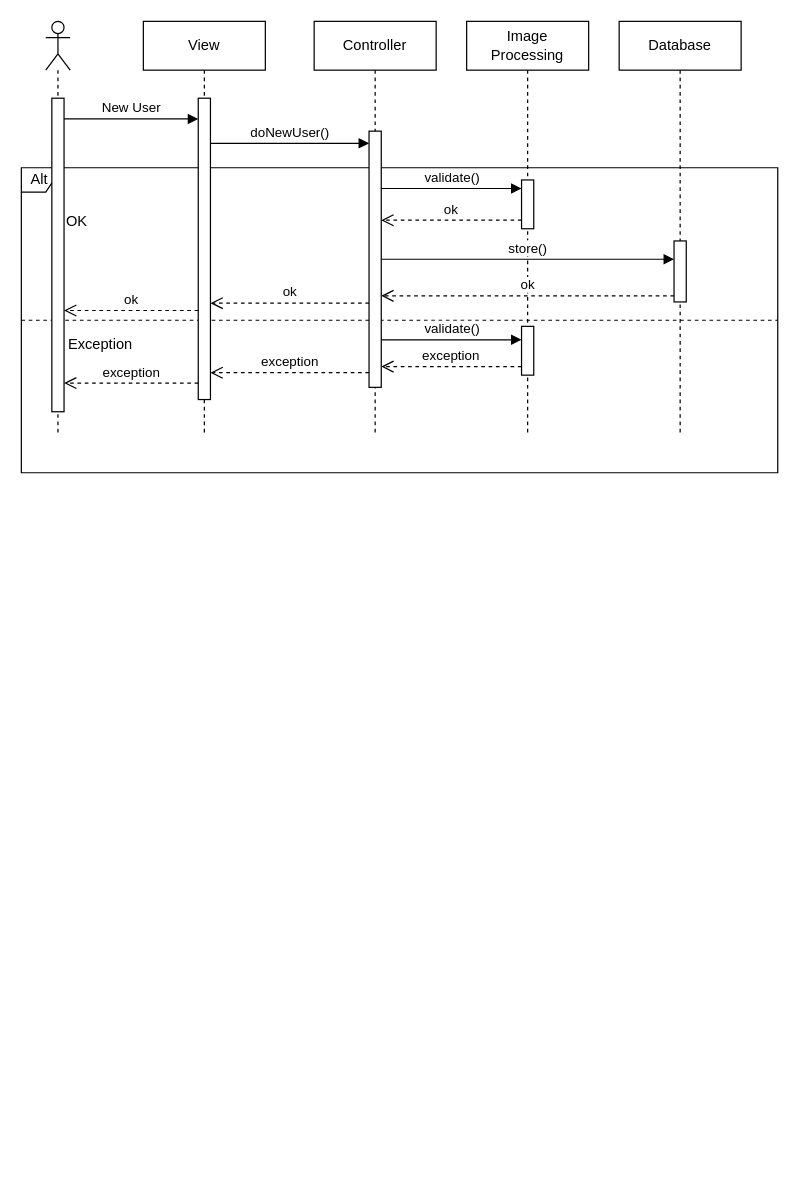
Above: SequenceDiagram.drawio in DuckTheMug/image-server-for-iot-entry (draw.io), before the change. Source tidied: cells renumbered, new cells numbered last; positions are measured from the earlier drawing's top-left corner, leaving out a move shared by most shapes. Both pictures are drawn from the tidied source at 122%, with x=0, y=0 at pixel (21, 21).
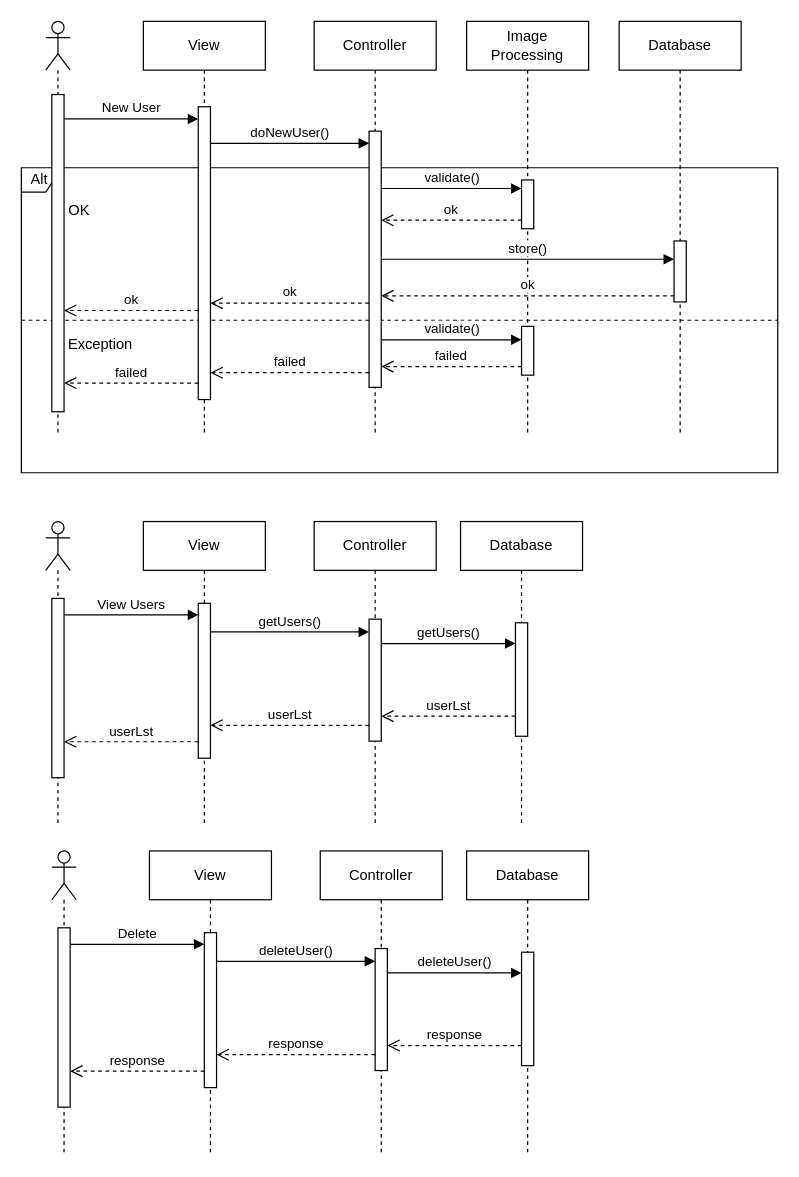
Above is the later version.

The change refers to these unchanged cells:
```xml
<mxCell id="2" value="Alt" style="shape=umlFrame;whiteSpace=wrap;html=1;width=30;height=20;" parent="1" vertex="1">
  <mxGeometry y="120" width="620" height="250" as="geometry" />
</mxCell>
<mxCell id="8" style="shape=umlLifeline;perimeter=lifelinePerimeter;whiteSpace=wrap;html=1;newEdgeStyle={&quot;curved&quot;:0,&quot;rounded&quot;:0};participant=umlActor;" parent="1" vertex="1">
  <mxGeometry x="20" width="20" height="340" as="geometry" />
</mxCell>
<mxCell id="10" value="View" style="shape=umlLifeline;perimeter=lifelinePerimeter;whiteSpace=wrap;html=1;newEdgeStyle={&quot;curved&quot;:0,&quot;rounded&quot;:0};" parent="1" vertex="1">
  <mxGeometry x="100" width="100" height="340" as="geometry" />
</mxCell>
```

What changed in the source:
```diff
@@
     <mxCell id="3" value="OK" style="text;html=1;" parent="2" vertex="1">
       <mxGeometry width="80" height="20" relative="1" as="geometry">
-        <mxPoint x="35" y="30" as="offset" />
+        <mxPoint x="37" y="21" as="offset" />
       </mxGeometry>
     </mxCell>
@@
     <mxCell id="9" style="html=1;perimeter=orthogonalPerimeter;targetShapes=umlLifeline;newEdgeStyle={&quot;curved&quot;:0,&quot;rounded&quot;:0};" parent="8" vertex="1">
-      <mxGeometry x="5" y="63" width="10" height="257" as="geometry" />
+      <mxGeometry x="5" y="60" width="10" height="260" as="geometry" />
     </mxCell>
@@
     <mxCell id="11" style="html=1;points=[[0,0,0,0,5],[0,1,0,0,-5],[1,0,0,0,5],[1,1,0,0,-5]];perimeter=orthogonalPerimeter;outlineConnect=0;targetShapes=umlLifeline;portConstraint=eastwest;newEdgeStyle={&quot;curved&quot;:0,&quot;rounded&quot;:0};" parent="10" vertex="1">
-      <mxGeometry x="45" y="63" width="10" height="247" as="geometry" />
+      <mxGeometry x="45" y="70" width="10" height="240" as="geometry" />
     </mxCell>
@@
-    <mxCell id="23" value="exception" style="html=1;verticalAlign=bottom;endArrow=open;dashed=1;endSize=8;curved=0;rounded=0;" parent="1" edge="1">
+    <mxCell id="23" value="failed" style="html=1;verticalAlign=bottom;endArrow=open;dashed=1;endSize=8;curved=0;rounded=0;" parent="1" edge="1">
       <mxGeometry relative="1" as="geometry">
         <mxPoint x="410" y="283" as="sourcePoint" />
         <mxPoint x="295" y="283" as="targetPoint" />
       </mxGeometry>
     </mxCell>
@@
-    <mxCell id="27" value="exception" style="html=1;verticalAlign=bottom;endArrow=open;dashed=1;endSize=8;curved=0;rounded=0;" parent="1" edge="1">
+    <mxCell id="27" value="failed" style="html=1;verticalAlign=bottom;endArrow=open;dashed=1;endSize=8;curved=0;rounded=0;" parent="1" edge="1">
       <mxGeometry relative="1" as="geometry">
         <mxPoint x="285" y="288" as="sourcePoint" />
         <mxPoint x="155" y="288" as="targetPoint" />
       </mxGeometry>
     </mxCell>
-    <mxCell id="28" value="exception" style="html=1;verticalAlign=bottom;endArrow=open;dashed=1;endSize=8;curved=0;rounded=0;" parent="1" edge="1">
+    <mxCell id="28" value="failed" style="html=1;verticalAlign=bottom;endArrow=open;dashed=1;endSize=8;curved=0;rounded=0;" parent="1" edge="1">
       <mxGeometry relative="1" as="geometry">
         <mxPoint x="145" y="296.5" as="sourcePoint" />
         <mxPoint x="35" y="296.5" as="targetPoint" />
       </mxGeometry>
     </mxCell>
+    <mxCell id="29" style="shape=umlLifeline;perimeter=lifelinePerimeter;whiteSpace=wrap;html=1;newEdgeStyle={&quot;curved&quot;:0,&quot;rounded&quot;:0};participant=umlActor;" parent="1" vertex="1">
+      <mxGeometry x="20" y="410" width="20" height="250" as="geometry" />
+    </mxCell>
+    <mxCell id="30" style="html=1;perimeter=orthogonalPerimeter;targetShapes=umlLifeline;newEdgeStyle={&quot;curved&quot;:0,&quot;rounded&quot;:0};" parent="29" vertex="1">
+      <mxGeometry x="5" y="63" width="10" height="147" as="geometry" />
+    </mxCell>
+    <mxCell id="31" value="View" style="shape=umlLifeline;perimeter=lifelinePerimeter;whiteSpace=wrap;html=1;newEdgeStyle={&quot;curved&quot;:0,&quot;rounded&quot;:0};" parent="1" vertex="1">
+      <mxGeometry x="100" y="410" width="100" height="250" as="geometry" />
+    </mxCell>
+    <mxCell id="32" style="html=1;perimeter=orthogonalPerimeter;targetShapes=umlLifeline;newEdgeStyle={&quot;curved&quot;:0,&quot;rounded&quot;:0};" parent="31" vertex="1">
+      <mxGeometry x="45" y="67" width="10" height="127" as="geometry" />
+    </mxCell>
+    <mxCell id="33" value="Controller" style="shape=umlLifeline;perimeter=lifelinePerimeter;whiteSpace=wrap;html=1;newEdgeStyle={&quot;curved&quot;:0,&quot;rounded&quot;:0};" parent="1" vertex="1">
+      <mxGeometry x="240" y="410" width="100" height="250" as="geometry" />
+    </mxCell>
+    <mxCell id="34" style="html=1;perimeter=orthogonalPerimeter;targetShapes=umlLifeline;newEdgeStyle={&quot;curved&quot;:0,&quot;rounded&quot;:0};" parent="33" vertex="1">
+      <mxGeometry x="45" y="80" width="10" height="100" as="geometry" />
+    </mxCell>
+    <mxCell id="35" value="Database" style="shape=umlLifeline;perimeter=lifelinePerimeter;whiteSpace=wrap;html=1;newEdgeStyle={&quot;curved&quot;:0,&quot;rounded&quot;:0};" parent="1" vertex="1">
+      <mxGeometry x="360" y="410" width="100" height="250" as="geometry" />
+    </mxCell>
+    <mxCell id="36" style="html=1;perimeter=orthogonalPerimeter;targetShapes=umlLifeline;newEdgeStyle={&quot;curved&quot;:0,&quot;rounded&quot;:0};" parent="35" vertex="1">
+      <mxGeometry x="45" y="83" width="10" height="93" as="geometry" />
+    </mxCell>
+    <mxCell id="37" value="View Users" style="html=1;verticalAlign=bottom;endArrow=block;curved=0;rounded=0;" parent="1" edge="1">
+      <mxGeometry relative="1" as="geometry">
+        <mxPoint x="35" y="486.5" as="sourcePoint" />
+        <mxPoint x="145" y="486.5" as="targetPoint" />
+      </mxGeometry>
+    </mxCell>
+    <mxCell id="38" value="getUsers()" style="html=1;verticalAlign=bottom;endArrow=block;curved=0;rounded=0;" parent="1" edge="1">
+      <mxGeometry relative="1" as="geometry">
+        <mxPoint x="155" y="500.5" as="sourcePoint" />
+        <mxPoint x="285" y="500.5" as="targetPoint" />
+      </mxGeometry>
+    </mxCell>
+    <mxCell id="39" value="getUsers()" style="html=1;verticalAlign=bottom;endArrow=block;curved=0;rounded=0;" parent="1" edge="1">
+      <mxGeometry relative="1" as="geometry">
+        <mxPoint x="295" y="510" as="sourcePoint" />
+        <mxPoint x="405" y="510" as="targetPoint" />
+      </mxGeometry>
+    </mxCell>
+    <mxCell id="40" value="userLst" style="html=1;verticalAlign=bottom;endArrow=open;dashed=1;endSize=8;curved=0;rounded=0;" parent="1" edge="1">
+      <mxGeometry relative="1" as="geometry">
+        <mxPoint x="405" y="569.5" as="sourcePoint" />
+        <mxPoint x="295" y="569.5" as="targetPoint" />
+      </mxGeometry>
+    </mxCell>
+    <mxCell id="41" value="userLst" style="html=1;verticalAlign=bottom;endArrow=open;dashed=1;endSize=8;curved=0;rounded=0;" parent="1" edge="1">
+      <mxGeometry relative="1" as="geometry">
+        <mxPoint x="285" y="577" as="sourcePoint" />
+        <mxPoint x="155" y="577" as="targetPoint" />
+      </mxGeometry>
+    </mxCell>
+    <mxCell id="42" value="userLst" style="html=1;verticalAlign=bottom;endArrow=open;dashed=1;endSize=8;curved=0;rounded=0;" parent="1" edge="1">
+      <mxGeometry relative="1" as="geometry">
+        <mxPoint x="145" y="590.5" as="sourcePoint" />
+        <mxPoint x="35" y="590.5" as="targetPoint" />
+      </mxGeometry>
+    </mxCell>
+    <mxCell id="43" style="shape=umlLifeline;perimeter=lifelinePerimeter;whiteSpace=wrap;html=1;newEdgeStyle={&quot;curved&quot;:0,&quot;rounded&quot;:0};participant=umlActor;" parent="1" vertex="1">
+      <mxGeometry x="25" y="680" width="20" height="250" as="geometry" />
+    </mxCell>
+    <mxCell id="44" style="html=1;perimeter=orthogonalPerimeter;targetShapes=umlLifeline;newEdgeStyle={&quot;curved&quot;:0,&quot;rounded&quot;:0};" parent="43" vertex="1">
+      <mxGeometry x="5" y="63" width="10" height="147" as="geometry" />
+    </mxCell>
+    <mxCell id="45" value="View" style="shape=umlLifeline;perimeter=lifelinePerimeter;whiteSpace=wrap;html=1;newEdgeStyle={&quot;curved&quot;:0,&quot;rounded&quot;:0};" parent="1" vertex="1">
+      <mxGeometry x="105" y="680" width="100" height="250" as="geometry" />
+    </mxCell>
+    <mxCell id="46" style="html=1;perimeter=orthogonalPerimeter;targetShapes=umlLifeline;newEdgeStyle={&quot;curved&quot;:0,&quot;rounded&quot;:0};" parent="45" vertex="1">
+      <mxGeometry x="45" y="67" width="10" height="127" as="geometry" />
+    </mxCell>
+    <mxCell id="47" value="Controller" style="shape=umlLifeline;perimeter=lifelinePerimeter;whiteSpace=wrap;html=1;newEdgeStyle={&quot;curved&quot;:0,&quot;rounded&quot;:0};" parent="1" vertex="1">
+      <mxGeometry x="245" y="680" width="100" height="250" as="geometry" />
+    </mxCell>
+    <mxCell id="48" style="html=1;perimeter=orthogonalPerimeter;targetShapes=umlLifeline;newEdgeStyle={&quot;curved&quot;:0,&quot;rounded&quot;:0};" parent="47" vertex="1">
+      <mxGeometry x="45" y="80" width="10" height="100" as="geometry" />
+    </mxCell>
+    <mxCell id="49" value="Database" style="shape=umlLifeline;perimeter=lifelinePerimeter;whiteSpace=wrap;html=1;newEdgeStyle={&quot;curved&quot;:0,&quot;rounded&quot;:0};" parent="1" vertex="1">
+      <mxGeometry x="365" y="680" width="100" height="250" as="geometry" />
+    </mxCell>
+    <mxCell id="50" style="html=1;perimeter=orthogonalPerimeter;targetShapes=umlLifeline;newEdgeStyle={&quot;curved&quot;:0,&quot;rounded&quot;:0};" parent="49" vertex="1">
+      <mxGeometry x="45" y="83" width="10" height="93" as="geometry" />
+    </mxCell>
+    <mxCell id="51" value="Delete" style="html=1;verticalAlign=bottom;endArrow=block;curved=0;rounded=0;" parent="1" edge="1">
+      <mxGeometry relative="1" as="geometry">
+        <mxPoint x="40" y="756.5" as="sourcePoint" />
+        <mxPoint x="150" y="756.5" as="targetPoint" />
+      </mxGeometry>
+    </mxCell>
+    <mxCell id="52" value="deleteUser()" style="html=1;verticalAlign=bottom;endArrow=block;curved=0;rounded=0;" parent="1" edge="1">
+      <mxGeometry relative="1" as="geometry">
+        <mxPoint x="160" y="770.5" as="sourcePoint" />
+        <mxPoint x="290" y="770.5" as="targetPoint" />
+      </mxGeometry>
+    </mxCell>
+    <mxCell id="53" value="deleteUser()" style="html=1;verticalAlign=bottom;endArrow=block;curved=0;rounded=0;" parent="1" edge="1">
+      <mxGeometry relative="1" as="geometry">
+        <mxPoint x="300" y="780" as="sourcePoint" />
+        <mxPoint x="410" y="780" as="targetPoint" />
+      </mxGeometry>
+    </mxCell>
+    <mxCell id="54" value="response" style="html=1;verticalAlign=bottom;endArrow=open;dashed=1;endSize=8;curved=0;rounded=0;" parent="1" edge="1">
+      <mxGeometry relative="1" as="geometry">
+        <mxPoint x="410" y="839.5" as="sourcePoint" />
+        <mxPoint x="300" y="839.5" as="targetPoint" />
+      </mxGeometry>
+    </mxCell>
+    <mxCell id="55" value="response" style="html=1;verticalAlign=bottom;endArrow=open;dashed=1;endSize=8;curved=0;rounded=0;" parent="1" edge="1">
+      <mxGeometry relative="1" as="geometry">
+        <mxPoint x="290" y="847" as="sourcePoint" />
+        <mxPoint x="160" y="847" as="targetPoint" />
+      </mxGeometry>
+    </mxCell>
+    <mxCell id="56" value="response" style="html=1;verticalAlign=bottom;endArrow=open;dashed=1;endSize=8;curved=0;rounded=0;" parent="1" edge="1">
+      <mxGeometry relative="1" as="geometry">
+        <mxPoint x="150" y="860.5" as="sourcePoint" />
+        <mxPoint x="40" y="860.5" as="targetPoint" />
+      </mxGeometry>
+    </mxCell>
```
